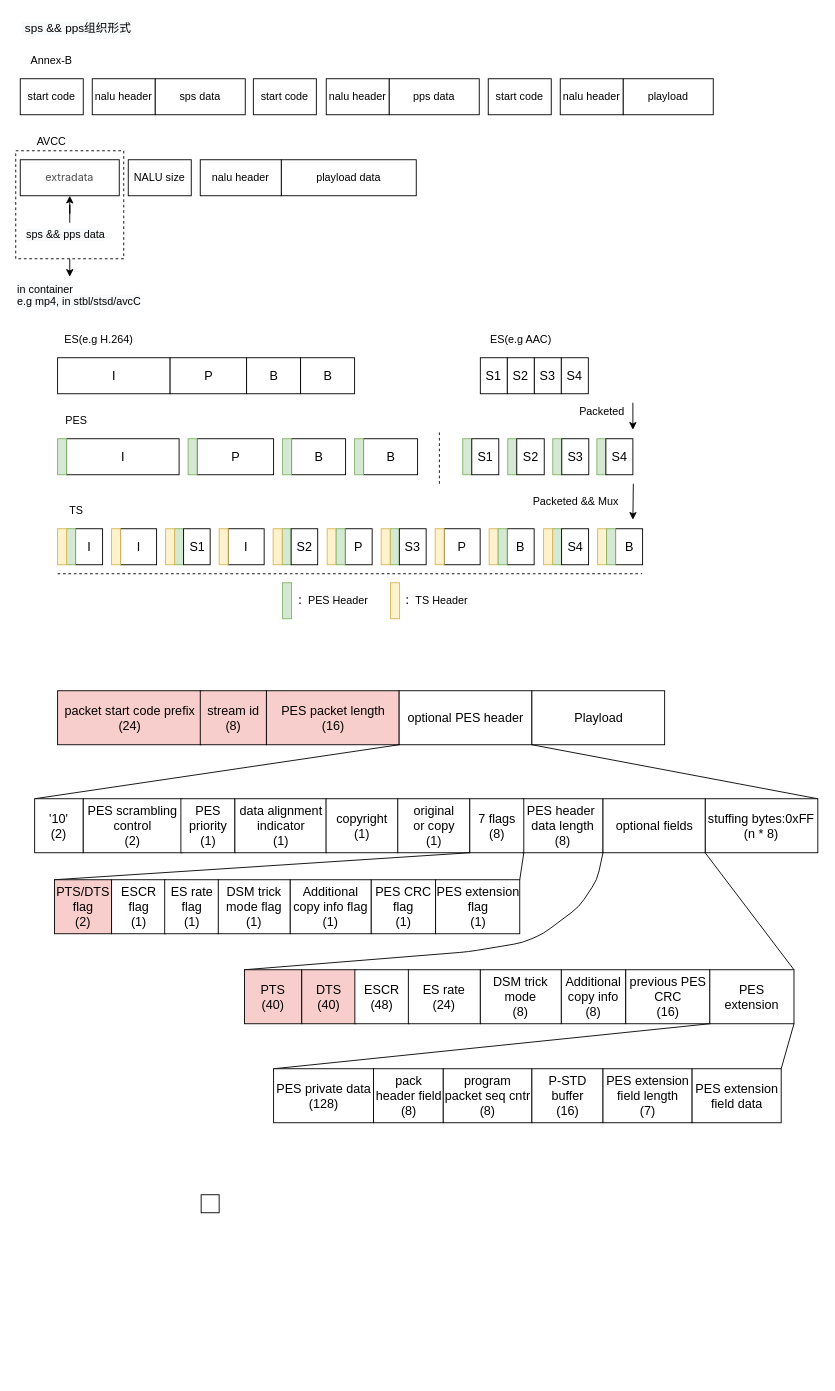
Before: drawSomething.drawio in Ritchie-Lin/items, a draw.io diagram. Source tidied: cells renumbered, new cells numbered last; positions are measured from the earlier drawing's top-left corner, leaving out a move shared by most shapes. Both pictures are drawn from the tidied source at 90%, with x=0, y=0 at pixel (15, 15).
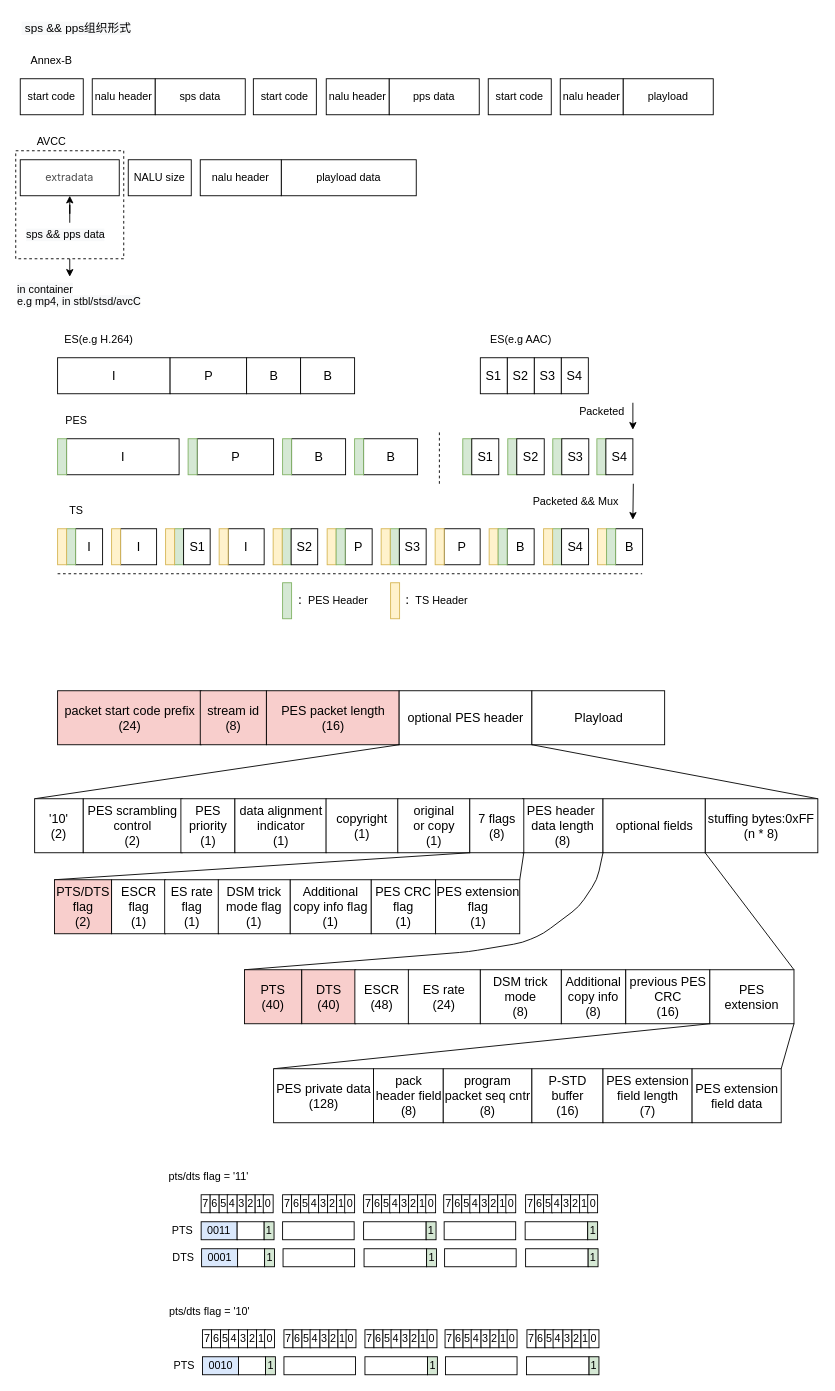
After the change.

Diff of the diagram source:
```diff
@@
-    <mxCell id="135" style="rounded=0;whiteSpace=wrap;html=1;" parent="1" vertex="1">
-      <mxGeometry x="206" y="1310" width="20" height="20" as="geometry" />
+    <mxCell id="135" value="7" style="rounded=0;whiteSpace=wrap;html=1;" parent="1" vertex="1">
+      <mxGeometry x="206" y="1310" width="10" height="20" as="geometry" />
     </mxCell>
+    <mxCell id="136" value="6" style="rounded=0;whiteSpace=wrap;html=1;" parent="1" vertex="1">
+      <mxGeometry x="216" y="1310" width="10" height="20" as="geometry" />
+    </mxCell>
+    <mxCell id="137" value="5" style="rounded=0;whiteSpace=wrap;html=1;" parent="1" vertex="1">
+      <mxGeometry x="226" y="1310" width="10" height="20" as="geometry" />
+    </mxCell>
+    <mxCell id="138" value="4" style="rounded=0;whiteSpace=wrap;html=1;" parent="1" vertex="1">
+      <mxGeometry x="235" y="1310" width="11" height="20" as="geometry" />
+    </mxCell>
+    <mxCell id="139" value="3" style="rounded=0;whiteSpace=wrap;html=1;" parent="1" vertex="1">
+      <mxGeometry x="246" y="1310" width="10" height="20" as="geometry" />
+    </mxCell>
+    <mxCell id="140" value="2" style="rounded=0;whiteSpace=wrap;html=1;" parent="1" vertex="1">
+      <mxGeometry x="256" y="1310" width="10" height="20" as="geometry" />
+    </mxCell>
+    <mxCell id="141" value="1" style="rounded=0;whiteSpace=wrap;html=1;" parent="1" vertex="1">
+      <mxGeometry x="266" y="1310" width="10" height="20" as="geometry" />
+    </mxCell>
+    <mxCell id="142" value="0" style="rounded=0;whiteSpace=wrap;html=1;" parent="1" vertex="1">
+      <mxGeometry x="275" y="1310" width="11" height="20" as="geometry" />
+    </mxCell>
+    <mxCell id="143" value="7" style="rounded=0;whiteSpace=wrap;html=1;" parent="1" vertex="1">
+      <mxGeometry x="296.5" y="1310" width="10" height="20" as="geometry" />
+    </mxCell>
+    <mxCell id="144" value="6" style="rounded=0;whiteSpace=wrap;html=1;" parent="1" vertex="1">
+      <mxGeometry x="306.5" y="1310" width="10" height="20" as="geometry" />
+    </mxCell>
+    <mxCell id="145" value="5" style="rounded=0;whiteSpace=wrap;html=1;" parent="1" vertex="1">
+      <mxGeometry x="316.5" y="1310" width="10" height="20" as="geometry" />
+    </mxCell>
+    <mxCell id="146" value="4" style="rounded=0;whiteSpace=wrap;html=1;" parent="1" vertex="1">
+      <mxGeometry x="325.5" y="1310" width="11" height="20" as="geometry" />
+    </mxCell>
+    <mxCell id="147" value="3" style="rounded=0;whiteSpace=wrap;html=1;" parent="1" vertex="1">
+      <mxGeometry x="336.5" y="1310" width="10" height="20" as="geometry" />
+    </mxCell>
+    <mxCell id="148" value="2" style="rounded=0;whiteSpace=wrap;html=1;" parent="1" vertex="1">
+      <mxGeometry x="346.5" y="1310" width="10" height="20" as="geometry" />
+    </mxCell>
+    <mxCell id="149" value="1" style="rounded=0;whiteSpace=wrap;html=1;" parent="1" vertex="1">
+      <mxGeometry x="356.5" y="1310" width="10" height="20" as="geometry" />
+    </mxCell>
+    <mxCell id="150" value="0" style="rounded=0;whiteSpace=wrap;html=1;" parent="1" vertex="1">
+      <mxGeometry x="365.5" y="1310" width="11" height="20" as="geometry" />
+    </mxCell>
+    <mxCell id="151" value="7" style="rounded=0;whiteSpace=wrap;html=1;" parent="1" vertex="1">
+      <mxGeometry x="386.5" y="1310" width="10" height="20" as="geometry" />
+    </mxCell>
+    <mxCell id="152" value="6" style="rounded=0;whiteSpace=wrap;html=1;" parent="1" vertex="1">
+      <mxGeometry x="396.5" y="1310" width="10" height="20" as="geometry" />
+    </mxCell>
+    <mxCell id="153" value="5" style="rounded=0;whiteSpace=wrap;html=1;" parent="1" vertex="1">
+      <mxGeometry x="406.5" y="1310" width="10" height="20" as="geometry" />
+    </mxCell>
+    <mxCell id="154" value="4" style="rounded=0;whiteSpace=wrap;html=1;" parent="1" vertex="1">
+      <mxGeometry x="415.5" y="1310" width="11" height="20" as="geometry" />
+    </mxCell>
+    <mxCell id="155" value="3" style="rounded=0;whiteSpace=wrap;html=1;" parent="1" vertex="1">
+      <mxGeometry x="426.5" y="1310" width="10" height="20" as="geometry" />
+    </mxCell>
+    <mxCell id="156" value="2" style="rounded=0;whiteSpace=wrap;html=1;" parent="1" vertex="1">
+      <mxGeometry x="436.5" y="1310" width="10" height="20" as="geometry" />
+    </mxCell>
+    <mxCell id="157" value="1" style="rounded=0;whiteSpace=wrap;html=1;" parent="1" vertex="1">
+      <mxGeometry x="446.5" y="1310" width="10" height="20" as="geometry" />
+    </mxCell>
+    <mxCell id="158" value="0" style="rounded=0;whiteSpace=wrap;html=1;" parent="1" vertex="1">
+      <mxGeometry x="455.5" y="1310" width="11" height="20" as="geometry" />
+    </mxCell>
+    <mxCell id="159" value="7" style="rounded=0;whiteSpace=wrap;html=1;" parent="1" vertex="1">
+      <mxGeometry x="475.5" y="1310" width="10" height="20" as="geometry" />
+    </mxCell>
+    <mxCell id="160" value="6" style="rounded=0;whiteSpace=wrap;html=1;" parent="1" vertex="1">
+      <mxGeometry x="485.5" y="1310" width="10" height="20" as="geometry" />
+    </mxCell>
+    <mxCell id="161" value="5" style="rounded=0;whiteSpace=wrap;html=1;" parent="1" vertex="1">
+      <mxGeometry x="495.5" y="1310" width="10" height="20" as="geometry" />
+    </mxCell>
+    <mxCell id="162" value="4" style="rounded=0;whiteSpace=wrap;html=1;" parent="1" vertex="1">
+      <mxGeometry x="504.5" y="1310" width="11" height="20" as="geometry" />
+    </mxCell>
+    <mxCell id="163" value="3" style="rounded=0;whiteSpace=wrap;html=1;" parent="1" vertex="1">
+      <mxGeometry x="515.5" y="1310" width="10" height="20" as="geometry" />
+    </mxCell>
+    <mxCell id="164" value="2" style="rounded=0;whiteSpace=wrap;html=1;" parent="1" vertex="1">
+      <mxGeometry x="525.5" y="1310" width="10" height="20" as="geometry" />
+    </mxCell>
+    <mxCell id="165" value="1" style="rounded=0;whiteSpace=wrap;html=1;" parent="1" vertex="1">
+      <mxGeometry x="535.5" y="1310" width="10" height="20" as="geometry" />
+    </mxCell>
+    <mxCell id="166" value="0" style="rounded=0;whiteSpace=wrap;html=1;" parent="1" vertex="1">
+      <mxGeometry x="544.5" y="1310" width="11" height="20" as="geometry" />
+    </mxCell>
+    <mxCell id="167" value="7" style="rounded=0;whiteSpace=wrap;html=1;" parent="1" vertex="1">
+      <mxGeometry x="566.5" y="1310" width="10" height="20" as="geometry" />
+    </mxCell>
+    <mxCell id="168" value="6" style="rounded=0;whiteSpace=wrap;html=1;" parent="1" vertex="1">
+      <mxGeometry x="576.5" y="1310" width="10" height="20" as="geometry" />
+    </mxCell>
+    <mxCell id="169" value="5" style="rounded=0;whiteSpace=wrap;html=1;" parent="1" vertex="1">
+      <mxGeometry x="586.5" y="1310" width="10" height="20" as="geometry" />
+    </mxCell>
+    <mxCell id="170" value="4" style="rounded=0;whiteSpace=wrap;html=1;" parent="1" vertex="1">
+      <mxGeometry x="595.5" y="1310" width="11" height="20" as="geometry" />
+    </mxCell>
+    <mxCell id="171" value="3" style="rounded=0;whiteSpace=wrap;html=1;" parent="1" vertex="1">
+      <mxGeometry x="606.5" y="1310" width="10" height="20" as="geometry" />
+    </mxCell>
+    <mxCell id="172" value="2" style="rounded=0;whiteSpace=wrap;html=1;" parent="1" vertex="1">
+      <mxGeometry x="616.5" y="1310" width="10" height="20" as="geometry" />
+    </mxCell>
+    <mxCell id="173" value="1" style="rounded=0;whiteSpace=wrap;html=1;" parent="1" vertex="1">
+      <mxGeometry x="626.5" y="1310" width="10" height="20" as="geometry" />
+    </mxCell>
+    <mxCell id="174" value="0" style="rounded=0;whiteSpace=wrap;html=1;" parent="1" vertex="1">
+      <mxGeometry x="635.5" y="1310" width="11" height="20" as="geometry" />
+    </mxCell>
+    <mxCell id="175" value="0011" style="rounded=0;whiteSpace=wrap;html=1;fillColor=#dae8fc;" parent="1" vertex="1">
+      <mxGeometry x="206" y="1340" width="40" height="20" as="geometry" />
+    </mxCell>
+    <mxCell id="176" value="PTS" style="text;html=1;align=center;verticalAlign=middle;" parent="1" vertex="1">
+      <mxGeometry x="165" y="1340" width="40" height="20" as="geometry" />
+    </mxCell>
+    <mxCell id="177" style="rounded=0;whiteSpace=wrap;html=1;" parent="1" vertex="1">
+      <mxGeometry x="246" y="1340" width="30" height="20" as="geometry" />
+    </mxCell>
+    <mxCell id="178" value="1" style="rounded=0;whiteSpace=wrap;html=1;fillColor=#d5e8d4;" parent="1" vertex="1">
+      <mxGeometry x="276" y="1340" width="11" height="20" as="geometry" />
+    </mxCell>
+    <mxCell id="179" style="rounded=0;whiteSpace=wrap;html=1;" parent="1" vertex="1">
+      <mxGeometry x="296.5" y="1340" width="79.5" height="20" as="geometry" />
+    </mxCell>
+    <mxCell id="180" style="rounded=0;whiteSpace=wrap;html=1;" parent="1" vertex="1">
+      <mxGeometry x="386.5" y="1340" width="69.5" height="20" as="geometry" />
+    </mxCell>
+    <mxCell id="181" value="1" style="rounded=0;whiteSpace=wrap;html=1;fillColor=#d5e8d4;" parent="1" vertex="1">
+      <mxGeometry x="456" y="1340" width="11" height="20" as="geometry" />
+    </mxCell>
+    <mxCell id="182" style="rounded=0;whiteSpace=wrap;html=1;" parent="1" vertex="1">
+      <mxGeometry x="476" y="1340" width="79.5" height="20" as="geometry" />
+    </mxCell>
+    <mxCell id="183" style="rounded=0;whiteSpace=wrap;html=1;" parent="1" vertex="1">
+      <mxGeometry x="566" y="1340" width="69.5" height="20" as="geometry" />
+    </mxCell>
+    <mxCell id="184" value="1" style="rounded=0;whiteSpace=wrap;html=1;fillColor=#d5e8d4;" parent="1" vertex="1">
+      <mxGeometry x="635.5" y="1340" width="11" height="20" as="geometry" />
+    </mxCell>
+    <mxCell id="185" value="0001" style="rounded=0;whiteSpace=wrap;html=1;fillColor=#dae8fc;" parent="1" vertex="1">
+      <mxGeometry x="206.5" y="1370" width="40" height="20" as="geometry" />
+    </mxCell>
+    <mxCell id="186" value="DTS" style="text;html=1;align=center;verticalAlign=middle;" parent="1" vertex="1">
+      <mxGeometry x="165.5" y="1370" width="40" height="20" as="geometry" />
+    </mxCell>
+    <mxCell id="187" style="rounded=0;whiteSpace=wrap;html=1;" parent="1" vertex="1">
+      <mxGeometry x="246.5" y="1370" width="30" height="20" as="geometry" />
+    </mxCell>
+    <mxCell id="188" value="1" style="rounded=0;whiteSpace=wrap;html=1;fillColor=#d5e8d4;" parent="1" vertex="1">
+      <mxGeometry x="276.5" y="1370" width="11" height="20" as="geometry" />
+    </mxCell>
+    <mxCell id="189" style="rounded=0;whiteSpace=wrap;html=1;" parent="1" vertex="1">
+      <mxGeometry x="297" y="1370" width="79.5" height="20" as="geometry" />
+    </mxCell>
+    <mxCell id="190" style="rounded=0;whiteSpace=wrap;html=1;" parent="1" vertex="1">
+      <mxGeometry x="387" y="1370" width="69.5" height="20" as="geometry" />
+    </mxCell>
+    <mxCell id="191" value="1" style="rounded=0;whiteSpace=wrap;html=1;fillColor=#d5e8d4;" parent="1" vertex="1">
+      <mxGeometry x="456.5" y="1370" width="11" height="20" as="geometry" />
+    </mxCell>
+    <mxCell id="192" style="rounded=0;whiteSpace=wrap;html=1;" parent="1" vertex="1">
+      <mxGeometry x="476.5" y="1370" width="79.5" height="20" as="geometry" />
+    </mxCell>
+    <mxCell id="193" style="rounded=0;whiteSpace=wrap;html=1;" parent="1" vertex="1">
+      <mxGeometry x="566.5" y="1370" width="69.5" height="20" as="geometry" />
+    </mxCell>
+    <mxCell id="194" value="1" style="rounded=0;whiteSpace=wrap;html=1;fillColor=#d5e8d4;" parent="1" vertex="1">
+      <mxGeometry x="636" y="1370" width="11" height="20" as="geometry" />
+    </mxCell>
+    <mxCell id="195" value="pts/dts flag = '11'" style="text;html=1;align=center;verticalAlign=middle;" parent="1" vertex="1">
+      <mxGeometry x="163.5" y="1280" width="100" height="20" as="geometry" />
+    </mxCell>
+    <mxCell id="196" value="7" style="rounded=0;whiteSpace=wrap;html=1;" parent="1" vertex="1">
+      <mxGeometry x="207.5" y="1460" width="10" height="20" as="geometry" />
+    </mxCell>
+    <mxCell id="197" value="6" style="rounded=0;whiteSpace=wrap;html=1;" parent="1" vertex="1">
+      <mxGeometry x="217.5" y="1460" width="10" height="20" as="geometry" />
+    </mxCell>
+    <mxCell id="198" value="5" style="rounded=0;whiteSpace=wrap;html=1;" parent="1" vertex="1">
+      <mxGeometry x="227.5" y="1460" width="10" height="20" as="geometry" />
+    </mxCell>
+    <mxCell id="199" value="4" style="rounded=0;whiteSpace=wrap;html=1;" parent="1" vertex="1">
+      <mxGeometry x="236.5" y="1460" width="11" height="20" as="geometry" />
+    </mxCell>
+    <mxCell id="200" value="3" style="rounded=0;whiteSpace=wrap;html=1;" parent="1" vertex="1">
+      <mxGeometry x="247.5" y="1460" width="10" height="20" as="geometry" />
+    </mxCell>
+    <mxCell id="201" value="2" style="rounded=0;whiteSpace=wrap;html=1;" parent="1" vertex="1">
+      <mxGeometry x="257.5" y="1460" width="10" height="20" as="geometry" />
+    </mxCell>
+    <mxCell id="202" value="1" style="rounded=0;whiteSpace=wrap;html=1;" parent="1" vertex="1">
+      <mxGeometry x="267.5" y="1460" width="10" height="20" as="geometry" />
+    </mxCell>
+    <mxCell id="203" value="0" style="rounded=0;whiteSpace=wrap;html=1;" parent="1" vertex="1">
+      <mxGeometry x="276.5" y="1460" width="11" height="20" as="geometry" />
+    </mxCell>
+    <mxCell id="204" value="7" style="rounded=0;whiteSpace=wrap;html=1;" parent="1" vertex="1">
+      <mxGeometry x="298" y="1460" width="10" height="20" as="geometry" />
+    </mxCell>
+    <mxCell id="205" value="6" style="rounded=0;whiteSpace=wrap;html=1;" parent="1" vertex="1">
+      <mxGeometry x="308" y="1460" width="10" height="20" as="geometry" />
+    </mxCell>
+    <mxCell id="206" value="5" style="rounded=0;whiteSpace=wrap;html=1;" parent="1" vertex="1">
+      <mxGeometry x="318" y="1460" width="10" height="20" as="geometry" />
+    </mxCell>
+    <mxCell id="207" value="4" style="rounded=0;whiteSpace=wrap;html=1;" parent="1" vertex="1">
+      <mxGeometry x="327" y="1460" width="11" height="20" as="geometry" />
+    </mxCell>
+    <mxCell id="208" value="3" style="rounded=0;whiteSpace=wrap;html=1;" parent="1" vertex="1">
+      <mxGeometry x="338" y="1460" width="10" height="20" as="geometry" />
+    </mxCell>
+    <mxCell id="209" value="2" style="rounded=0;whiteSpace=wrap;html=1;" parent="1" vertex="1">
+      <mxGeometry x="348" y="1460" width="10" height="20" as="geometry" />
+    </mxCell>
+    <mxCell id="210" value="1" style="rounded=0;whiteSpace=wrap;html=1;" parent="1" vertex="1">
+      <mxGeometry x="358" y="1460" width="10" height="20" as="geometry" />
+    </mxCell>
+    <mxCell id="211" value="0" style="rounded=0;whiteSpace=wrap;html=1;" parent="1" vertex="1">
+      <mxGeometry x="367" y="1460" width="11" height="20" as="geometry" />
+    </mxCell>
+    <mxCell id="212" value="7" style="rounded=0;whiteSpace=wrap;html=1;" parent="1" vertex="1">
+      <mxGeometry x="388" y="1460" width="10" height="20" as="geometry" />
+    </mxCell>
+    <mxCell id="213" value="6" style="rounded=0;whiteSpace=wrap;html=1;" parent="1" vertex="1">
+      <mxGeometry x="398" y="1460" width="10" height="20" as="geometry" />
+    </mxCell>
+    <mxCell id="214" value="5" style="rounded=0;whiteSpace=wrap;html=1;" parent="1" vertex="1">
+      <mxGeometry x="408" y="1460" width="10" height="20" as="geometry" />
+    </mxCell>
+    <mxCell id="215" value="4" style="rounded=0;whiteSpace=wrap;html=1;" parent="1" vertex="1">
+      <mxGeometry x="417" y="1460" width="11" height="20" as="geometry" />
+    </mxCell>
+    <mxCell id="216" value="3" style="rounded=0;whiteSpace=wrap;html=1;" parent="1" vertex="1">
+      <mxGeometry x="428" y="1460" width="10" height="20" as="geometry" />
+    </mxCell>
+    <mxCell id="217" value="2" style="rounded=0;whiteSpace=wrap;html=1;" parent="1" vertex="1">
+      <mxGeometry x="438" y="1460" width="10" height="20" as="geometry" />
+    </mxCell>
+    <mxCell id="218" value="1" style="rounded=0;whiteSpace=wrap;html=1;" parent="1" vertex="1">
+      <mxGeometry x="448" y="1460" width="10" height="20" as="geometry" />
+    </mxCell>
+    <mxCell id="219" value="0" style="rounded=0;whiteSpace=wrap;html=1;" parent="1" vertex="1">
+      <mxGeometry x="457" y="1460" width="11" height="20" as="geometry" />
+    </mxCell>
+    <mxCell id="220" value="7" style="rounded=0;whiteSpace=wrap;html=1;" parent="1" vertex="1">
+      <mxGeometry x="477" y="1460" width="10" height="20" as="geometry" />
+    </mxCell>
+    <mxCell id="221" value="6" style="rounded=0;whiteSpace=wrap;html=1;" parent="1" vertex="1">
+      <mxGeometry x="487" y="1460" width="10" height="20" as="geometry" />
+    </mxCell>
+    <mxCell id="222" value="5" style="rounded=0;whiteSpace=wrap;html=1;" parent="1" vertex="1">
+      <mxGeometry x="497" y="1460" width="10" height="20" as="geometry" />
+    </mxCell>
+    <mxCell id="223" value="4" style="rounded=0;whiteSpace=wrap;html=1;" parent="1" vertex="1">
+      <mxGeometry x="506" y="1460" width="11" height="20" as="geometry" />
+    </mxCell>
+    <mxCell id="224" value="3" style="rounded=0;whiteSpace=wrap;html=1;" parent="1" vertex="1">
+      <mxGeometry x="517" y="1460" width="10" height="20" as="geometry" />
+    </mxCell>
+    <mxCell id="225" value="2" style="rounded=0;whiteSpace=wrap;html=1;" parent="1" vertex="1">
+      <mxGeometry x="527" y="1460" width="10" height="20" as="geometry" />
+    </mxCell>
+    <mxCell id="226" value="1" style="rounded=0;whiteSpace=wrap;html=1;" parent="1" vertex="1">
+      <mxGeometry x="537" y="1460" width="10" height="20" as="geometry" />
+    </mxCell>
+    <mxCell id="227" value="0" style="rounded=0;whiteSpace=wrap;html=1;" parent="1" vertex="1">
+      <mxGeometry x="546" y="1460" width="11" height="20" as="geometry" />
+    </mxCell>
+    <mxCell id="228" value="7" style="rounded=0;whiteSpace=wrap;html=1;" parent="1" vertex="1">
+      <mxGeometry x="568" y="1460" width="10" height="20" as="geometry" />
+    </mxCell>
+    <mxCell id="229" value="6" style="rounded=0;whiteSpace=wrap;html=1;" parent="1" vertex="1">
+      <mxGeometry x="578" y="1460" width="10" height="20" as="geometry" />
+    </mxCell>
+    <mxCell id="230" value="5" style="rounded=0;whiteSpace=wrap;html=1;" parent="1" vertex="1">
+      <mxGeometry x="588" y="1460" width="10" height="20" as="geometry" />
+    </mxCell>
+    <mxCell id="231" value="4" style="rounded=0;whiteSpace=wrap;html=1;" parent="1" vertex="1">
+      <mxGeometry x="597" y="1460" width="11" height="20" as="geometry" />
+    </mxCell>
+    <mxCell id="232" value="3" style="rounded=0;whiteSpace=wrap;html=1;" parent="1" vertex="1">
+      <mxGeometry x="608" y="1460" width="10" height="20" as="geometry" />
+    </mxCell>
+    <mxCell id="233" value="2" style="rounded=0;whiteSpace=wrap;html=1;" parent="1" vertex="1">
+      <mxGeometry x="618" y="1460" width="10" height="20" as="geometry" />
+    </mxCell>
+    <mxCell id="234" value="1" style="rounded=0;whiteSpace=wrap;html=1;" parent="1" vertex="1">
+      <mxGeometry x="628" y="1460" width="10" height="20" as="geometry" />
+    </mxCell>
+    <mxCell id="235" value="0" style="rounded=0;whiteSpace=wrap;html=1;" parent="1" vertex="1">
+      <mxGeometry x="637" y="1460" width="11" height="20" as="geometry" />
+    </mxCell>
+    <mxCell id="236" value="0010" style="rounded=0;whiteSpace=wrap;html=1;fillColor=#dae8fc;" parent="1" vertex="1">
+      <mxGeometry x="207.5" y="1490" width="40" height="20" as="geometry" />
+    </mxCell>
+    <mxCell id="237" value="PTS" style="text;html=1;align=center;verticalAlign=middle;" parent="1" vertex="1">
+      <mxGeometry x="166.5" y="1490" width="40" height="20" as="geometry" />
+    </mxCell>
+    <mxCell id="238" style="rounded=0;whiteSpace=wrap;html=1;" parent="1" vertex="1">
+      <mxGeometry x="247.5" y="1490" width="30" height="20" as="geometry" />
+    </mxCell>
+    <mxCell id="239" value="1" style="rounded=0;whiteSpace=wrap;html=1;fillColor=#d5e8d4;" parent="1" vertex="1">
+      <mxGeometry x="277.5" y="1490" width="11" height="20" as="geometry" />
+    </mxCell>
+    <mxCell id="240" style="rounded=0;whiteSpace=wrap;html=1;" parent="1" vertex="1">
+      <mxGeometry x="298" y="1490" width="79.5" height="20" as="geometry" />
+    </mxCell>
+    <mxCell id="241" style="rounded=0;whiteSpace=wrap;html=1;" parent="1" vertex="1">
+      <mxGeometry x="388" y="1490" width="69.5" height="20" as="geometry" />
+    </mxCell>
+    <mxCell id="242" value="1" style="rounded=0;whiteSpace=wrap;html=1;fillColor=#d5e8d4;" parent="1" vertex="1">
+      <mxGeometry x="457.5" y="1490" width="11" height="20" as="geometry" />
+    </mxCell>
+    <mxCell id="243" style="rounded=0;whiteSpace=wrap;html=1;" parent="1" vertex="1">
+      <mxGeometry x="477.5" y="1490" width="79.5" height="20" as="geometry" />
+    </mxCell>
+    <mxCell id="244" style="rounded=0;whiteSpace=wrap;html=1;" parent="1" vertex="1">
+      <mxGeometry x="567.5" y="1490" width="69.5" height="20" as="geometry" />
+    </mxCell>
+    <mxCell id="245" value="1" style="rounded=0;whiteSpace=wrap;html=1;fillColor=#d5e8d4;" parent="1" vertex="1">
+      <mxGeometry x="637" y="1490" width="11" height="20" as="geometry" />
+    </mxCell>
+    <mxCell id="246" value="pts/dts flag = '10'" style="text;html=1;align=center;verticalAlign=middle;" parent="1" vertex="1">
+      <mxGeometry x="160" y="1430" width="110" height="20" as="geometry" />
+    </mxCell>
```
